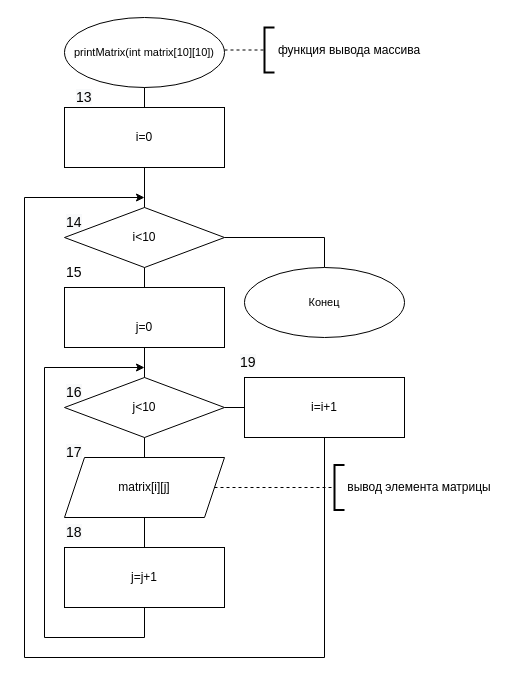
The draw.io diagram page "Page-2" (2 of 3) of Untitled Diagram.drawio in Maquim4/repository_for_challenge, before the edit. Source tidied: cells renumbered, new cells numbered last; positions are measured from the earlier drawing's top-left corner, leaving out a move shared by most shapes. Both pictures are drawn from the tidied source at 100%, with x=0, y=0 at pixel (24, 17).
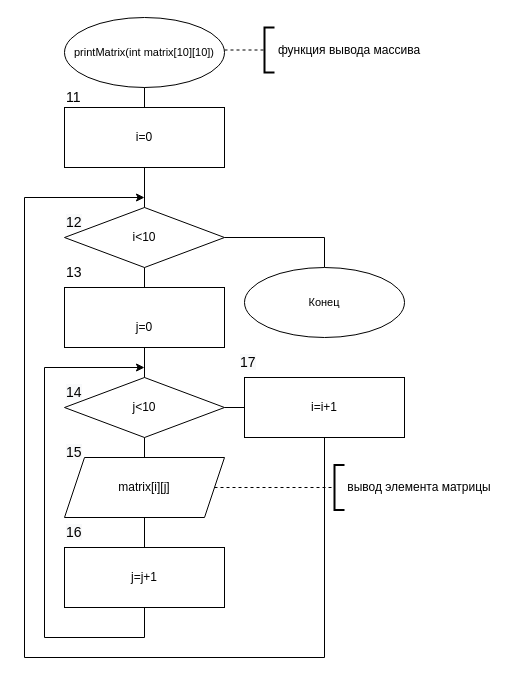
The same page after the edit.

What changed in the source:
```diff
@@
-    <mxCell id="23" value="&lt;span style=&quot;color: rgb(0, 0, 0); font-family: Helvetica; font-size: 14px; font-style: normal; font-variant-ligatures: normal; font-variant-caps: normal; font-weight: 400; letter-spacing: normal; orphans: 2; text-align: center; text-indent: 0px; text-transform: none; widows: 2; word-spacing: 0px; -webkit-text-stroke-width: 0px; background-color: rgb(248, 249, 250); text-decoration-thickness: initial; text-decoration-style: initial; text-decoration-color: initial; float: none; display: inline !important;&quot;&gt;13&lt;/span&gt;" style="text;whiteSpace=wrap;html=1;fontSize=14;" parent="1" vertex="1">
-      <mxGeometry x="50" y="65" height="40" as="geometry" />
+    <mxCell id="23" value="&lt;div style=&quot;text-align: center;&quot;&gt;&lt;span style=&quot;background-color: initial;&quot;&gt;11&lt;/span&gt;&lt;/div&gt;" style="text;whiteSpace=wrap;html=1;fontSize=14;" parent="1" vertex="1">
+      <mxGeometry x="40" y="65" width="80" height="40" as="geometry" />
     </mxCell>
-    <mxCell id="24" value="&lt;span style=&quot;color: rgb(0, 0, 0); font-family: Helvetica; font-size: 14px; font-style: normal; font-variant-ligatures: normal; font-variant-caps: normal; font-weight: 400; letter-spacing: normal; orphans: 2; text-align: center; text-indent: 0px; text-transform: none; widows: 2; word-spacing: 0px; -webkit-text-stroke-width: 0px; background-color: rgb(248, 249, 250); text-decoration-thickness: initial; text-decoration-style: initial; text-decoration-color: initial; float: none; display: inline !important;&quot;&gt;14&lt;/span&gt;" style="text;whiteSpace=wrap;html=1;fontSize=14;" parent="1" vertex="1">
+    <mxCell id="24" value="&lt;span style=&quot;color: rgb(0, 0, 0); font-family: Helvetica; font-size: 14px; font-style: normal; font-variant-ligatures: normal; font-variant-caps: normal; font-weight: 400; letter-spacing: normal; orphans: 2; text-align: center; text-indent: 0px; text-transform: none; widows: 2; word-spacing: 0px; -webkit-text-stroke-width: 0px; background-color: rgb(248, 249, 250); text-decoration-thickness: initial; text-decoration-style: initial; text-decoration-color: initial; float: none; display: inline !important;&quot;&gt;12&lt;/span&gt;" style="text;whiteSpace=wrap;html=1;fontSize=14;" parent="1" vertex="1">
       <mxGeometry x="40" y="190" width="40" height="40" as="geometry" />
     </mxCell>
-    <mxCell id="25" value="&lt;div style=&quot;text-align: center;&quot;&gt;15&lt;/div&gt;" style="text;whiteSpace=wrap;html=1;fontSize=14;" parent="1" vertex="1">
+    <mxCell id="25" value="&lt;div style=&quot;text-align: center;&quot;&gt;13&lt;/div&gt;" style="text;whiteSpace=wrap;html=1;fontSize=14;" parent="1" vertex="1">
       <mxGeometry x="40" y="240" width="40" height="40" as="geometry" />
     </mxCell>
-    <mxCell id="26" value="&lt;span style=&quot;color: rgb(0, 0, 0); font-family: Helvetica; font-size: 14px; font-style: normal; font-variant-ligatures: normal; font-variant-caps: normal; font-weight: 400; letter-spacing: normal; orphans: 2; text-align: center; text-indent: 0px; text-transform: none; widows: 2; word-spacing: 0px; -webkit-text-stroke-width: 0px; background-color: rgb(248, 249, 250); text-decoration-thickness: initial; text-decoration-style: initial; text-decoration-color: initial; float: none; display: inline !important;&quot;&gt;16&lt;/span&gt;" style="text;whiteSpace=wrap;html=1;fontSize=14;" parent="1" vertex="1">
+    <mxCell id="26" value="&lt;span style=&quot;color: rgb(0, 0, 0); font-family: Helvetica; font-size: 14px; font-style: normal; font-variant-ligatures: normal; font-variant-caps: normal; font-weight: 400; letter-spacing: normal; orphans: 2; text-align: center; text-indent: 0px; text-transform: none; widows: 2; word-spacing: 0px; -webkit-text-stroke-width: 0px; background-color: rgb(248, 249, 250); text-decoration-thickness: initial; text-decoration-style: initial; text-decoration-color: initial; float: none; display: inline !important;&quot;&gt;14&lt;/span&gt;" style="text;whiteSpace=wrap;html=1;fontSize=14;" parent="1" vertex="1">
       <mxGeometry x="40" y="360" width="40" height="40" as="geometry" />
     </mxCell>
-    <mxCell id="27" value="&lt;span style=&quot;color: rgb(0, 0, 0); font-family: Helvetica; font-size: 14px; font-style: normal; font-variant-ligatures: normal; font-variant-caps: normal; font-weight: 400; letter-spacing: normal; orphans: 2; text-align: center; text-indent: 0px; text-transform: none; widows: 2; word-spacing: 0px; -webkit-text-stroke-width: 0px; background-color: rgb(248, 249, 250); text-decoration-thickness: initial; text-decoration-style: initial; text-decoration-color: initial; float: none; display: inline !important;&quot;&gt;17&lt;/span&gt;" style="text;whiteSpace=wrap;html=1;fontSize=14;" parent="1" vertex="1">
+    <mxCell id="27" value="&lt;span style=&quot;color: rgb(0, 0, 0); font-family: Helvetica; font-size: 14px; font-style: normal; font-variant-ligatures: normal; font-variant-caps: normal; font-weight: 400; letter-spacing: normal; orphans: 2; text-align: center; text-indent: 0px; text-transform: none; widows: 2; word-spacing: 0px; -webkit-text-stroke-width: 0px; background-color: rgb(248, 249, 250); text-decoration-thickness: initial; text-decoration-style: initial; text-decoration-color: initial; float: none; display: inline !important;&quot;&gt;15&lt;/span&gt;" style="text;whiteSpace=wrap;html=1;fontSize=14;" parent="1" vertex="1">
       <mxGeometry x="40" y="420" width="40" height="40" as="geometry" />
     </mxCell>
-    <mxCell id="28" value="&lt;span style=&quot;color: rgb(0, 0, 0); font-family: Helvetica; font-size: 14px; font-style: normal; font-variant-ligatures: normal; font-variant-caps: normal; font-weight: 400; letter-spacing: normal; orphans: 2; text-align: center; text-indent: 0px; text-transform: none; widows: 2; word-spacing: 0px; -webkit-text-stroke-width: 0px; background-color: rgb(248, 249, 250); text-decoration-thickness: initial; text-decoration-style: initial; text-decoration-color: initial; float: none; display: inline !important;&quot;&gt;18&lt;/span&gt;" style="text;whiteSpace=wrap;html=1;fontSize=14;" parent="1" vertex="1">
+    <mxCell id="28" value="&lt;span style=&quot;color: rgb(0, 0, 0); font-family: Helvetica; font-size: 14px; font-style: normal; font-variant-ligatures: normal; font-variant-caps: normal; font-weight: 400; letter-spacing: normal; orphans: 2; text-align: center; text-indent: 0px; text-transform: none; widows: 2; word-spacing: 0px; -webkit-text-stroke-width: 0px; background-color: rgb(248, 249, 250); text-decoration-thickness: initial; text-decoration-style: initial; text-decoration-color: initial; float: none; display: inline !important;&quot;&gt;16&lt;/span&gt;" style="text;whiteSpace=wrap;html=1;fontSize=14;" parent="1" vertex="1">
       <mxGeometry x="40" y="500" width="40" height="40" as="geometry" />
     </mxCell>
-    <mxCell id="29" value="&lt;span style=&quot;color: rgb(0, 0, 0); font-family: Helvetica; font-size: 14px; font-style: normal; font-variant-ligatures: normal; font-variant-caps: normal; font-weight: 400; letter-spacing: normal; orphans: 2; text-align: center; text-indent: 0px; text-transform: none; widows: 2; word-spacing: 0px; -webkit-text-stroke-width: 0px; background-color: rgb(248, 249, 250); text-decoration-thickness: initial; text-decoration-style: initial; text-decoration-color: initial; float: none; display: inline !important;&quot;&gt;19&lt;/span&gt;" style="text;whiteSpace=wrap;html=1;fontSize=14;" parent="1" vertex="1">
+    <mxCell id="29" value="&lt;span style=&quot;color: rgb(0, 0, 0); font-family: Helvetica; font-size: 14px; font-style: normal; font-variant-ligatures: normal; font-variant-caps: normal; font-weight: 400; letter-spacing: normal; orphans: 2; text-align: center; text-indent: 0px; text-transform: none; widows: 2; word-spacing: 0px; -webkit-text-stroke-width: 0px; background-color: rgb(248, 249, 250); text-decoration-thickness: initial; text-decoration-style: initial; text-decoration-color: initial; float: none; display: inline !important;&quot;&gt;17&lt;/span&gt;" style="text;whiteSpace=wrap;html=1;fontSize=14;" parent="1" vertex="1">
       <mxGeometry x="214" y="330" width="40" height="40" as="geometry" />
     </mxCell>
```
